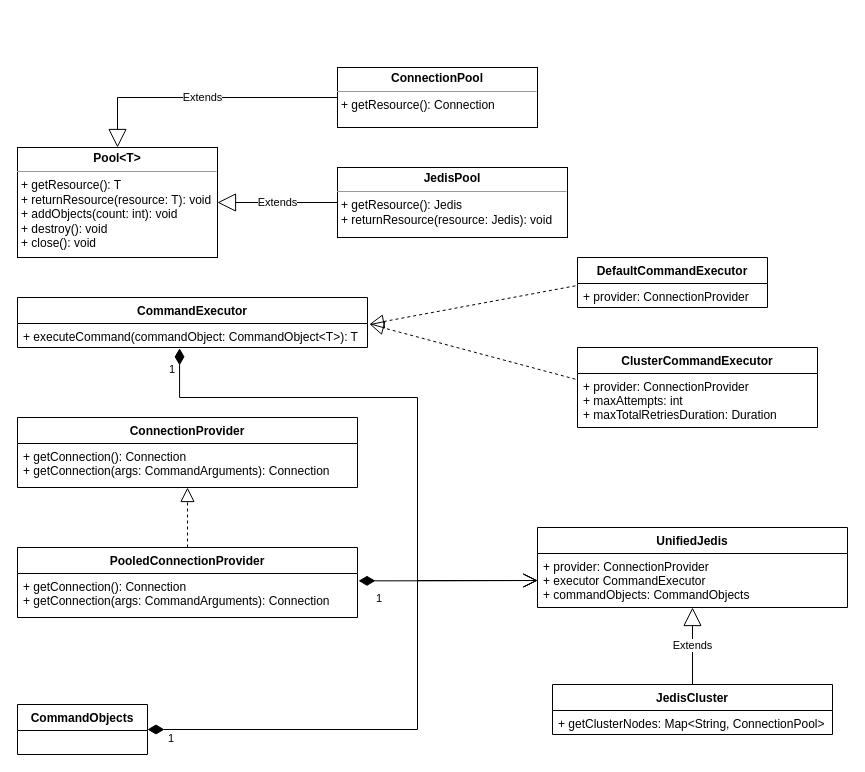
Before: Jedis Pool Class UML.drawio in caizhaomin001/drawio, a draw.io diagram. Source tidied: cells renumbered, new cells numbered last; positions are measured from the earlier drawing's top-left corner, leaving out a move shared by most shapes. Both pictures are drawn from the tidied source at 100%, with x=0, y=0 at pixel (17, 67).
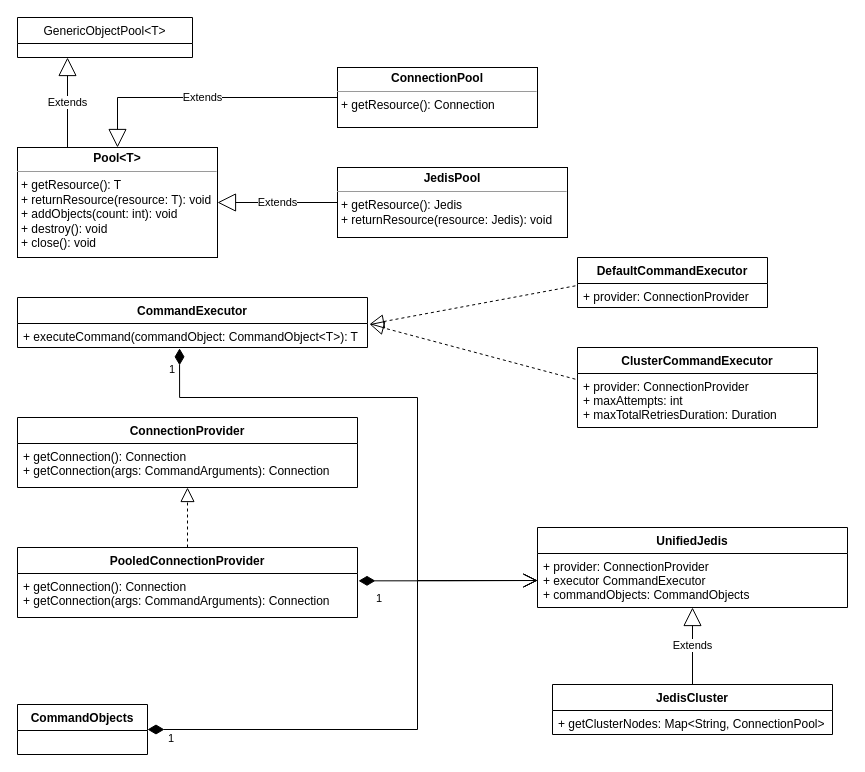
After the change.

The change refers to these unchanged cells:
```xml
<mxCell id="2" value="&lt;p style=&quot;margin: 0px ; margin-top: 4px ; text-align: center&quot;&gt;&lt;b&gt;Pool&amp;lt;T&amp;gt;&lt;/b&gt;&lt;/p&gt;&lt;hr size=&quot;1&quot;&gt;&lt;p style=&quot;margin: 0px ; margin-left: 4px&quot;&gt;&lt;/p&gt;&lt;p style=&quot;margin: 0px ; margin-left: 4px&quot;&gt;+ getResource(): T&lt;/p&gt;&lt;p style=&quot;margin: 0px ; margin-left: 4px&quot;&gt;+ returnResource(resource: T): void&lt;/p&gt;&lt;p style=&quot;margin: 0px ; margin-left: 4px&quot;&gt;+ addObjects(count: int): void&lt;/p&gt;&lt;p style=&quot;margin: 0px ; margin-left: 4px&quot;&gt;+ destroy(): void&lt;/p&gt;&lt;p style=&quot;margin: 0px ; margin-left: 4px&quot;&gt;+ close(): void&lt;/p&gt;" style="verticalAlign=top;align=left;overflow=fill;fontSize=12;fontFamily=Helvetica;html=1;" parent="1" vertex="1">
  <mxGeometry y="80" width="200" height="110" as="geometry" />
</mxCell>
```

Diff of the diagram source:
```diff
@@
+    <mxCell id="29" value="GenericObjectPool&lt;T&gt;" style="swimlane;fontStyle=0;horizontal=1;startSize=26;fillColor=none;" parent="1" vertex="1">
+      <mxGeometry y="-50" width="175" height="40" as="geometry" />
+    </mxCell>
+    <mxCell id="30" value="Extends" style="endArrow=block;endSize=16;endFill=0;html=1;rounded=0;exitX=0.25;exitY=0;exitDx=0;exitDy=0;" parent="1" edge="1" source="2">
+      <mxGeometry relative="1" as="geometry">
+        <mxPoint x="50" y="-10" as="targetPoint" />
+      </mxGeometry>
+    </mxCell>
```
